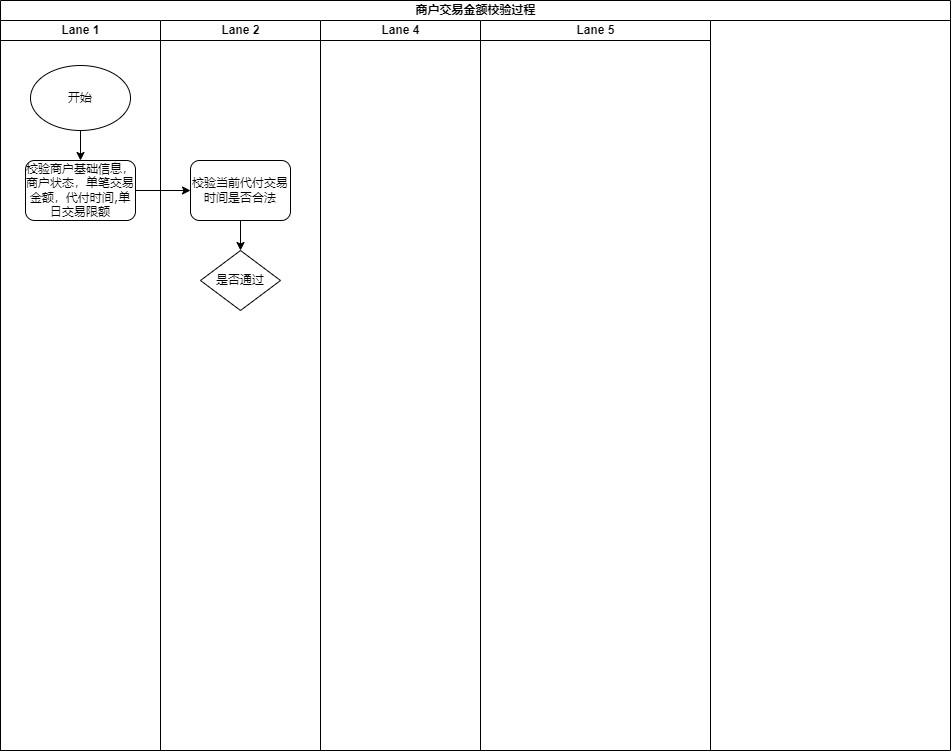
Above: 商户交易金额校验以及手续费计算.png in songyibo2019/mydiagrams (draw.io), before the change. Source tidied: cells renumbered, new cells last; positions are measured from the earlier drawing's top-left corner, leaving out a move shared by most shapes.
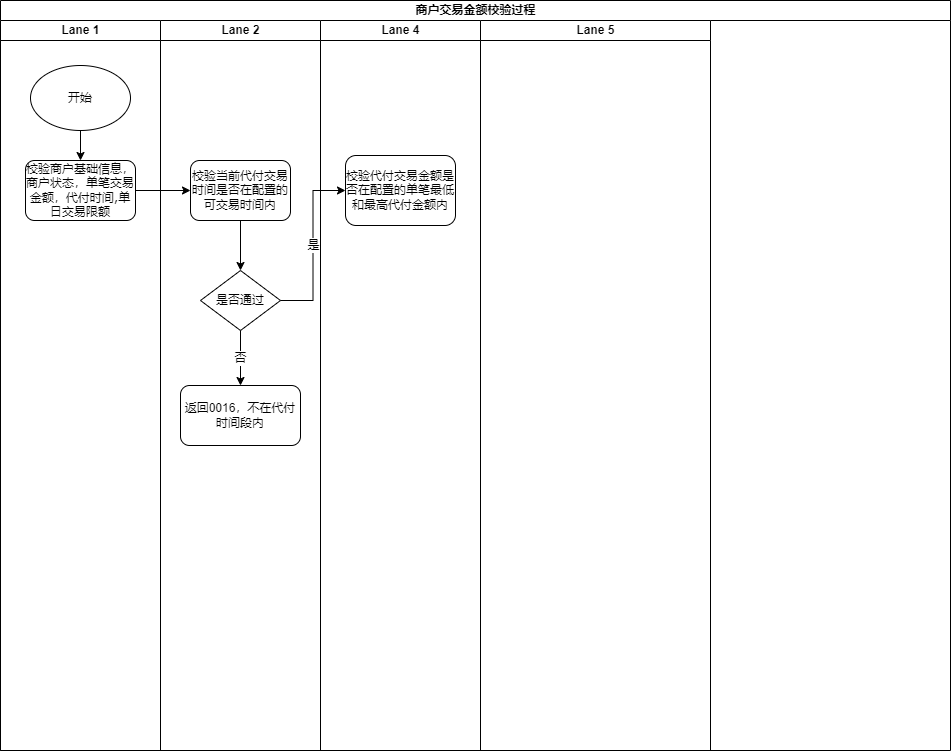
The same diagram one commit later.

Commit message:
Update 商户交易金额校验以及手续费计算.png

The edit, as a diff of the source:
```diff
@@ -23,20 +23,32 @@
     <mxCell id="8" style="edgeStyle=orthogonalEdgeStyle;rounded=0;jettySize=auto;html=1;exitX=0.5;exitY=1;exitDx=0;exitDy=0;fontSize=11;" parent="7" edge="1" source="9" target="10">
       <mxGeometry relative="1" as="geometry" />
     </mxCell>
-    <mxCell id="9" value="&lt;span style=&quot;font-size: 8px&quot;&gt;校验当前代付交易时间是否合法&lt;/span&gt;" style="rounded=1;whiteSpace=wrap;html=1;shadow=0;labelBackgroundColor=none;strokeWidth=1;fontFamily=Verdana;fontSize=8;align=center;" parent="7" vertex="1">
+    <mxCell id="9" value="&lt;span style=&quot;font-size: 8px&quot;&gt;校验当前代付交易时间是否在配置的可交易时间内&lt;/span&gt;" style="rounded=1;whiteSpace=wrap;html=1;shadow=0;labelBackgroundColor=none;strokeWidth=1;fontFamily=Verdana;fontSize=8;align=center;" parent="7" vertex="1">
       <mxGeometry x="30" y="140" width="100" height="60" as="geometry" />
     </mxCell>
     <mxCell id="10" value="&lt;span style=&quot;font-size: 11px&quot;&gt;是否通过&lt;/span&gt;" style="rhombus;whiteSpace=wrap;html=1;rounded=0;shadow=0;labelBackgroundColor=none;strokeWidth=1;fontFamily=Verdana;fontSize=8;align=center;" parent="7" vertex="1">
-      <mxGeometry x="40" y="230" width="80" height="60" as="geometry" />
+      <mxGeometry x="40" y="250" width="80" height="60" as="geometry" />
     </mxCell>
+    <mxCell id="14" value="返回0016，不在代付时间段内" style="rounded=1;whiteSpace=wrap;html=1;" parent="7" vertex="1">
+      <mxGeometry x="20" y="365" width="120" height="60" as="geometry" />
+    </mxCell>
+    <mxCell id="15" value="否" style="edgeStyle=orthogonalEdgeStyle;rounded=0;jettySize=auto;html=1;exitX=0.5;exitY=1;exitDx=0;exitDy=0;entryX=0.5;entryY=0;entryDx=0;entryDy=0;" parent="7" edge="1" source="10" target="14">
+      <mxGeometry relative="1" as="geometry" />
+    </mxCell>
     <mxCell id="11" value="Lane 4" style="swimlane;html=1;startSize=20;" parent="2" vertex="1">
       <mxGeometry x="320" y="20" width="160" height="730" as="geometry" />
     </mxCell>
+    <mxCell id="16" value="&lt;span style=&quot;font-size: 8px&quot;&gt;校验代付交易金额是否在配置的单笔最低和最高代付金额内&lt;/span&gt;" style="rounded=1;whiteSpace=wrap;html=1;shadow=0;labelBackgroundColor=none;strokeWidth=1;fontFamily=Verdana;fontSize=8;align=center;" parent="11" vertex="1">
+      <mxGeometry x="25" y="135" width="110" height="70" as="geometry" />
+    </mxCell>
     <mxCell id="12" value="Lane 5" style="swimlane;html=1;startSize=20;" parent="2" vertex="1">
       <mxGeometry x="480" y="20" width="230" height="730" as="geometry" />
     </mxCell>
     <mxCell id="13" style="edgeStyle=orthogonalEdgeStyle;rounded=0;jettySize=auto;html=1;exitX=1;exitY=0.5;exitDx=0;exitDy=0;entryX=0;entryY=0.5;entryDx=0;entryDy=0;" parent="2" edge="1" source="4" target="9">
       <mxGeometry relative="1" as="geometry" />
     </mxCell>
+    <mxCell id="17" value="是" style="edgeStyle=orthogonalEdgeStyle;rounded=0;jettySize=auto;html=1;exitX=1;exitY=0.5;exitDx=0;exitDy=0;entryX=0;entryY=0.5;entryDx=0;entryDy=0;" parent="2" edge="1" source="10" target="16">
+      <mxGeometry relative="1" as="geometry" />
+    </mxCell>
   </root>
 </mxGraphModel>
```
